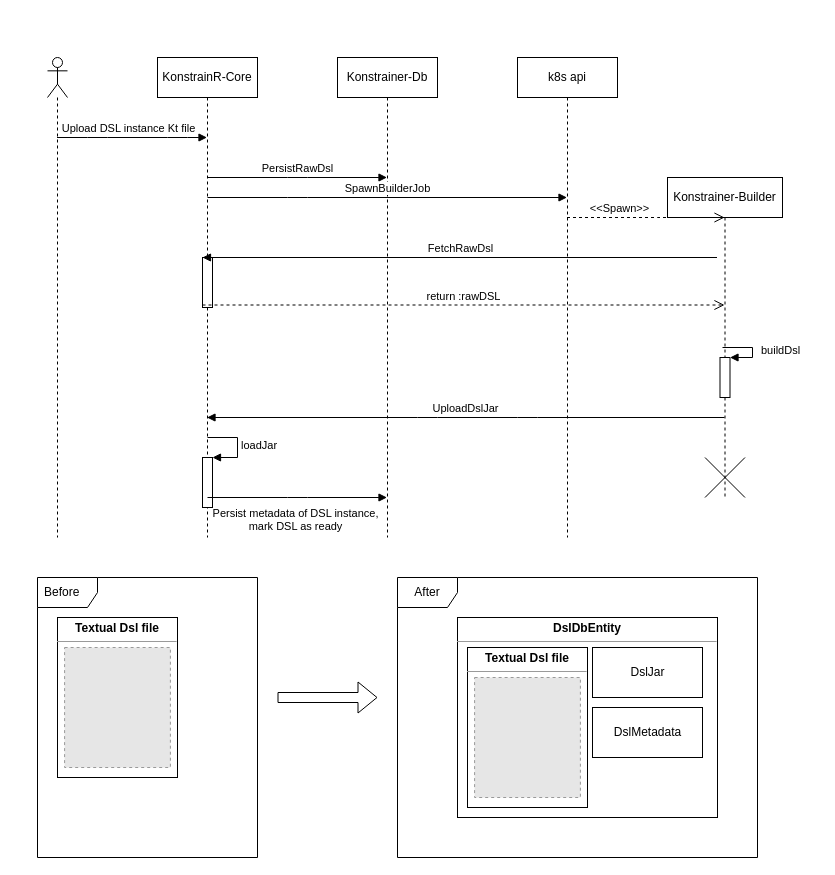
This is page "Success" (1 of 3) of main/Arch-Plan/dslBuild.drawio from Tiegris/KonstrainR, a draw.io file, before an edit. Source tidied: cells renumbered, new cells numbered last; positions are measured from the earlier drawing's top-left corner, leaving out a move shared by most shapes. Both pictures are drawn from the tidied source at 100%, with x=0, y=0 at pixel (37, 57). Pictures stored in the file or linked from it are replaced by grey dashed boxes.
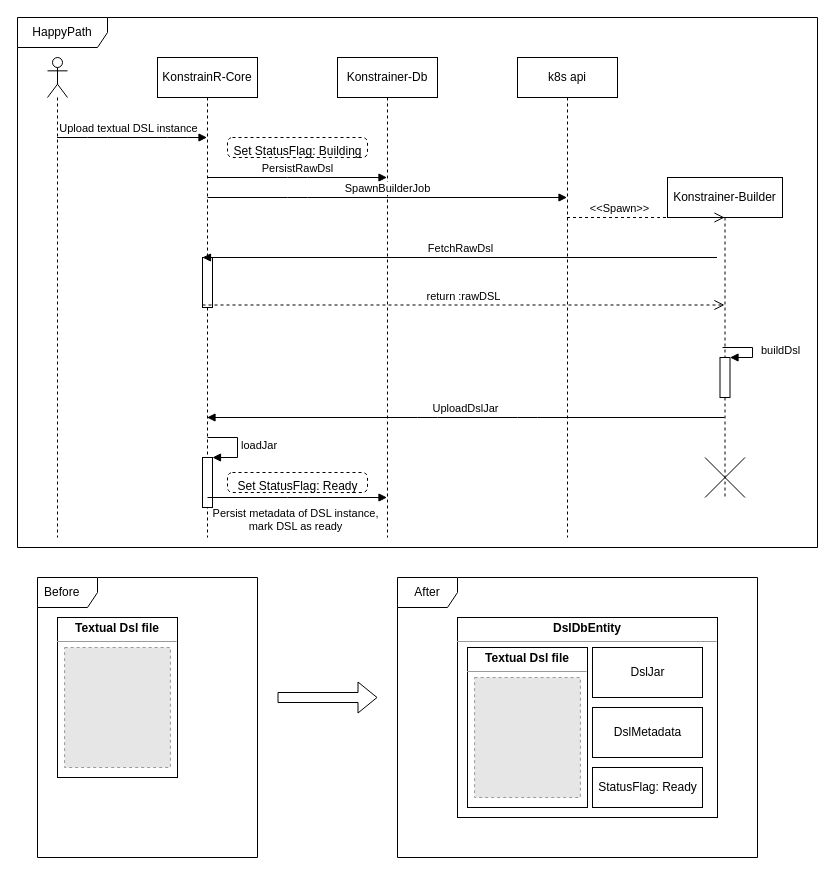
The same diagram, later.

The change refers to these unchanged cells:
```xml
<mxCell id="3" style="shape=umlLifeline;participant=umlActor;perimeter=lifelinePerimeter;whiteSpace=wrap;html=1;verticalAlign=top;spacingTop=36;outlineConnect=0;" parent="1" vertex="1">
  <mxGeometry x="10" width="20" height="480" as="geometry" />
</mxCell>
<mxCell id="4" value="KonstrainR-Core" style="shape=umlLifeline;perimeter=lifelinePerimeter;whiteSpace=wrap;html=1;outlineConnect=0;" parent="1" vertex="1">
  <mxGeometry x="120" width="100" height="480" as="geometry" />
</mxCell>
<mxCell id="14" value="Konstrainer-Db" style="shape=umlLifeline;perimeter=lifelinePerimeter;whiteSpace=wrap;html=1;outlineConnect=0;" parent="1" vertex="1">
  <mxGeometry x="300" width="100" height="480" as="geometry" />
</mxCell>
<mxCell id="26" style="group;" parent="1" vertex="1">
  <mxGeometry x="420" y="560" width="260" height="200" as="geometry" />
</mxCell>
```

What changed in the source:
```diff
@@
+    <mxCell id="34" value="HappyPath" style="shape=umlFrame;whiteSpace=wrap;html=1;width=90;height=30;" parent="1" vertex="1">
+      <mxGeometry x="-20" y="-40" width="800" height="530" as="geometry" />
+    </mxCell>
@@
+    <mxCell id="35" value="&lt;span style=&quot;&quot;&gt;Set StatusFlag: Ready&lt;/span&gt;" style="html=1;align=center;verticalAlign=top;rounded=1;absoluteArcSize=1;arcSize=10;dashed=1;" parent="14" vertex="1">
+      <mxGeometry x="-110" y="415" width="140" height="20" as="geometry" />
+    </mxCell>
-    <mxCell id="16" value="Upload DSL instance Kt file" style="html=1;verticalAlign=bottom;endArrow=block;" parent="1" edge="1" source="3" target="4">
+    <mxCell id="16" value="Upload textual DSL instance" style="html=1;verticalAlign=bottom;endArrow=block;" parent="1" edge="1" source="3" target="4">
       <mxGeometry x="-0.06" relative="1" as="geometry">
         <Array as="points">
           <mxPoint x="60" y="80" />
           <mxPoint x="140" y="80" />
         </Array>
       </mxGeometry>
     </mxCell>
@@
+    <mxCell id="36" value="StatusFlag: Ready" style="html=1;" parent="26" vertex="1">
+      <mxGeometry x="135" y="150" width="110" height="40" as="geometry" />
+    </mxCell>
@@
+    <mxCell id="37" value="&lt;span style=&quot;&quot;&gt;Set StatusFlag: Building&lt;/span&gt;" style="html=1;align=center;verticalAlign=top;rounded=1;absoluteArcSize=1;arcSize=10;dashed=1;" parent="1" vertex="1">
+      <mxGeometry x="190" y="80" width="140" height="20" as="geometry" />
+    </mxCell>
```
